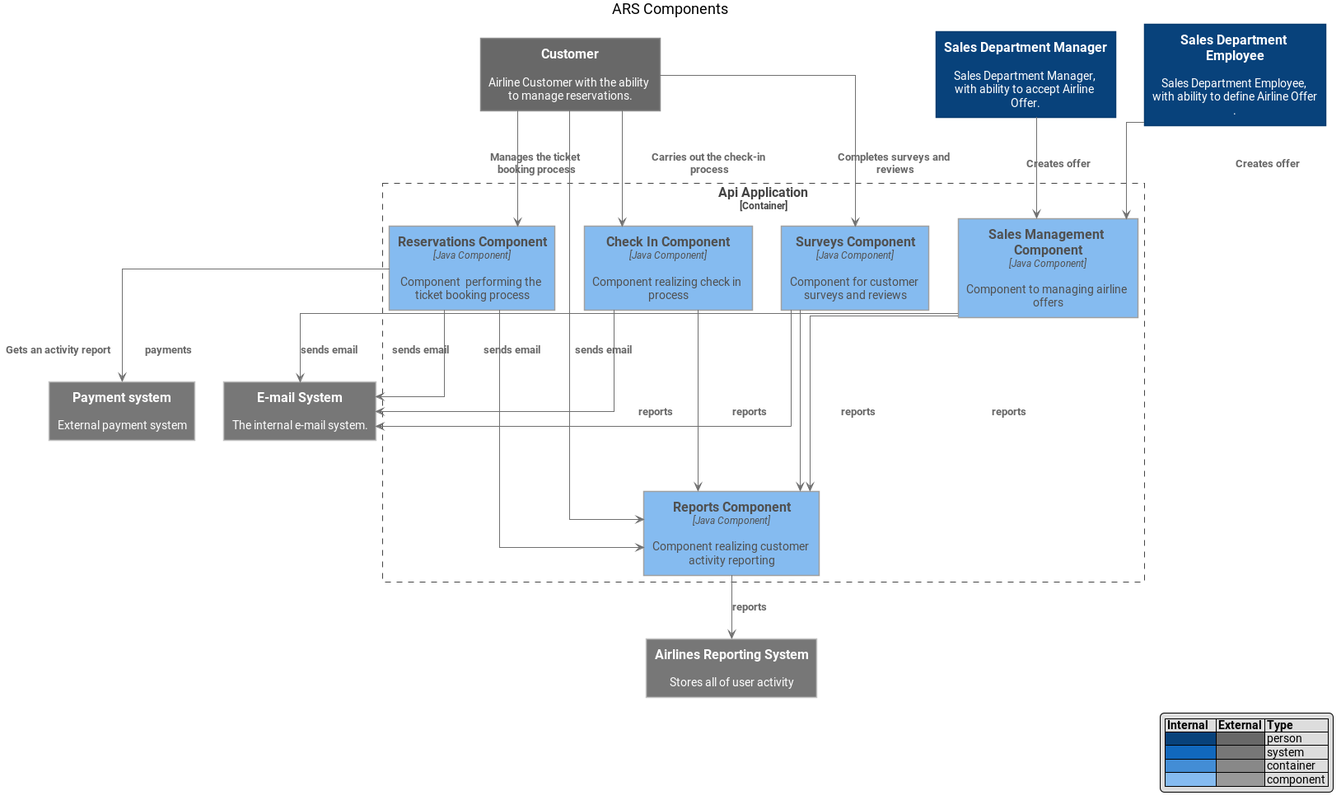
Above: img/architecture/ARS_Components.png in mwwojcik/airline-reservation-system (PlantUML), before the change.
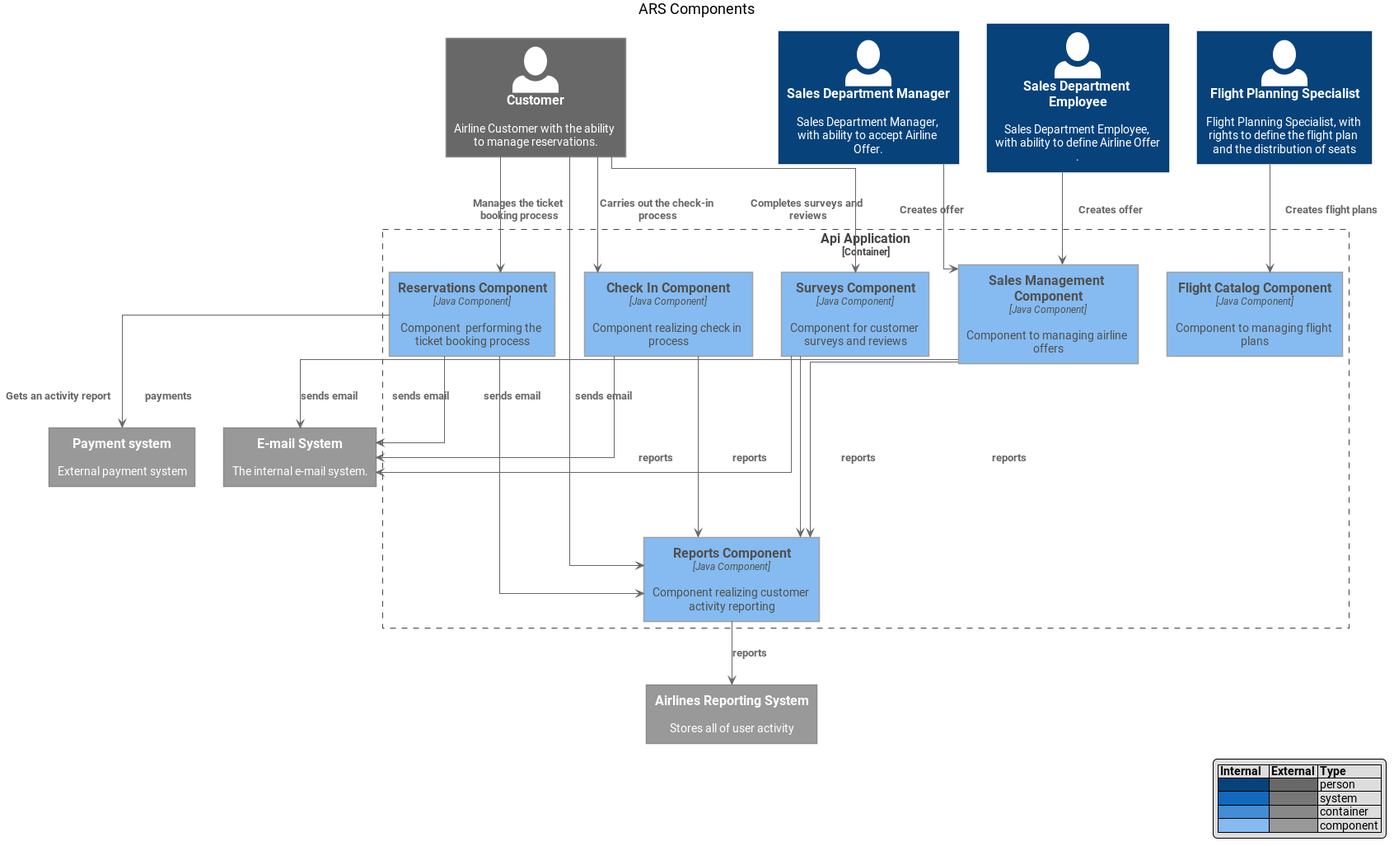
Later version of the same file.

What changed in the source:
```diff
@@ -475,6 +475,194 @@
       BackgroundColor #777777
     }
 
+
+
+
+
+
+skinparam defaultTextAlignment center
+
+skinparam wrapWidth 200
+skinparam maxMessageSize 150
+
+skinparam rectangle {
+    StereotypeFontSize 12
+    shadowing false
+}
+
+skinparam database {
+    StereotypeFontSize 12
+    shadowing false
+}
+
+skinparam Arrow {
+    Color #666666
+    FontColor #666666
+    FontSize 12
+}
+
+skinparam rectangle<<boundary>> {
+    Shadowing false
+    StereotypeFontSize 0
+    FontColor #444444
+    BorderColor #444444
+    BorderStyle dashed
+}
+
+
+
+
+
+
+
+
+
+
+
+
+
+
+
+
+
+
+
+
+
+
+
+
+
+
+
+
+
+
+
+
+
+
+
+
+
+
+
+
+
+
+
+
+
+
+
+skinparam rectangle<<person>> {
+    StereotypeFontColor #FFFFFF
+    FontColor #FFFFFF
+    BackgroundColor #08427B
+    BorderColor #073B6F
+}
+
+skinparam rectangle<<external_person>> {
+    StereotypeFontColor #FFFFFF
+    FontColor #FFFFFF
+    BackgroundColor #686868
+    BorderColor #8A8A8A
+}
+
+skinparam rectangle<<system>> {
+    StereotypeFontColor #FFFFFF
+    FontColor #FFFFFF
+    BackgroundColor #1168BD
+    BorderColor #3C7FC0
+}
+
+skinparam rectangle<<external_system>> {
+    StereotypeFontColor #FFFFFF
+    FontColor #FFFFFF
+    BackgroundColor #999999
+    BorderColor #8A8A8A
+}
+
+skinparam database<<system>> {
+    StereotypeFontColor #FFFFFF
+    FontColor #FFFFFF
+    BackgroundColor #1168BD
+    BorderColor #3C7FC0
+}
+
+skinparam database<<external_system>> {
+    StereotypeFontColor #FFFFFF
+    FontColor #FFFFFF
+    BackgroundColor #999999
+    BorderColor #8A8A8A
+}
+
+
+
+
+
+
+
+
+
+
+
+
+
+
+
+
+
+
+
+
+
+
+
+
+
+skinparam rectangle<<container>> {
+    StereotypeFontColor #FFFFFF
+    FontColor #FFFFFF
+    BackgroundColor #438DD5
+    BorderColor #3C7FC0
+}
+
+skinparam database<<container>> {
+    StereotypeFontColor #FFFFFF
+    FontColor #FFFFFF
+    BackgroundColor #438DD5
+    BorderColor #3C7FC0
+}
+
+skinparam rectangle<<external_container>> {
+    StereotypeFontColor #FFFFFF
+    FontColor #FFFFFF
+    BackgroundColor #AAAAAA
+    BorderColor #8A8A8A
+}
+
+skinparam database<<external_container>> {
+    StereotypeFontColor #FFFFFF
+    FontColor #FFFFFF
+    BackgroundColor #AAAAAA
+    BorderColor #8A8A8A
+}
+
+
+
+
+
+
+
+
+
+
+
+
+
+
+
 skinparam linetype polyline
 skinparam linetype ortho
 
@@ -493,13 +681,15 @@
 
 title ARS Components
 
-rectangle "==Customer\n\n Airline Customer with the ability to manage reservations." <<external_person>> as customer
-rectangle "==Sales Department Manager\n\n Sales Department Manager, with ability to accept Airline Offer." <<person>> as sales_department_manager
-rectangle "==Sales Department Employee\n\n Sales Department Employee, with ability to define Airline Offer." <<person>> as sales_department_emp
+    rectangle "<&person,scale=6>\n ==Customer\n\n Airline Customer with the ability to manage reservations." <<external_person>> as customer
+    rectangle "<&person,scale=6>\n ==Sales Department Manager\n\n Sales Department Manager, with ability to accept Airline Offer." <<person>>  as sales_department_manager
+    rectangle "<&person,scale=6>\n ==Sales Department Employee\n\n Sales Department Employee, with ability to define Airline Offer." <<person>>  as sales_department_emp
+    rectangle "<&person,scale=6>\n ==Flight Planning Specialist\n\n Flight Planning Specialist, with rights to define the flight plan and the distribution of seats" <<person>>  as fligth_planning_specialist
 
 
-rectangle "==Api Application\n<size:12>[Container]</size>" <<boundary>> as api {
+        rectangle "==Api Application\n<size:12>[Container]</size>" <<boundary>> as api {
     rectangle "==Sales Management Component\n//<size:12>[Java Component]</size>//\n\n Component to managing airline offers" <<component>> as sales
+    rectangle "==Flight Catalog Component\n//<size:12>[Java Component]</size>//\n\n Component to managing flight plans" <<component>> as flights
     rectangle "==Check In Component\n//<size:12>[Java Component]</size>//\n\n Component realizing check in process " <<component>> as checkin
     rectangle "==Surveys Component\n//<size:12>[Java Component]</size>//\n\n Component for customer surveys and reviews" <<component>> as surveys
     rectangle "==Reports Component\n//<size:12>[Java Component]</size>//\n\n Component realizing customer activity reporting" <<component>> as reports
@@ -507,29 +697,31 @@
 }
 
 
-rectangle "==Payment system\n\n External payment system" <<external_system>> as paymentExt
-rectangle "==Airlines Reporting System\n\n Stores all of user activity" <<external_system>> as reportingExt
-rectangle "==E-mail System\n\n The internal e-mail system." <<external_system>> as emailExt
+    rectangle "==Payment system\n\n External payment system" <<external_system>> as paymentExt
+    rectangle "==Airlines Reporting System\n\n Stores all of user activity" <<external_system>> as reportingExt
+    rectangle "==E-mail System\n\n The internal e-mail system." <<external_system>> as emailExt
 
-sales_department_manager --> sales : "===Creates offer"
-sales_department_emp --> sales : "===Creates offer"
-customer --> checkin : "===Carries out the check-in process"
-customer --> surveys : "===Completes surveys and reviews"
-customer --> reservations : "===Manages the ticket booking process"
-customer --> reports : "===Gets an activity report"
+        sales_department_manager --> sales : "===Creates offer"
+        sales_department_emp --> sales : "===Creates offer"
+        fligth_planning_specialist --> flights : "===Creates flight plans"
 
-checkin --> reports : "===reports"
-surveys --> reports : "===reports"
-reservations --> reports : "===reports"
-sales --> reports : "===reports"
+        customer --> checkin : "===Carries out the check-in process"
+        customer --> surveys : "===Completes surveys and reviews"
+        customer --> reservations : "===Manages the ticket booking process"
+        customer --> reports : "===Gets an activity report"
 
-checkin --> emailExt : "===sends email"
-surveys --> emailExt : "===sends email"
-reservations --> emailExt : "===sends email"
-sales --> emailExt : "===sends email"
+        checkin --> reports : "===reports"
+        surveys --> reports : "===reports"
+        reservations --> reports : "===reports"
+        sales --> reports : "===reports"
 
-reservations --> paymentExt : "===payments"
-reports --> reportingExt : "===reports"
+        checkin --> emailExt : "===sends email"
+        surveys --> emailExt : "===sends email"
+        reservations --> emailExt : "===sends email"
+        sales --> emailExt : "===sends email"
+
+        reservations --> paymentExt : "===payments"
+        reports --> reportingExt : "===reports"
 
 
 @enduml
```
